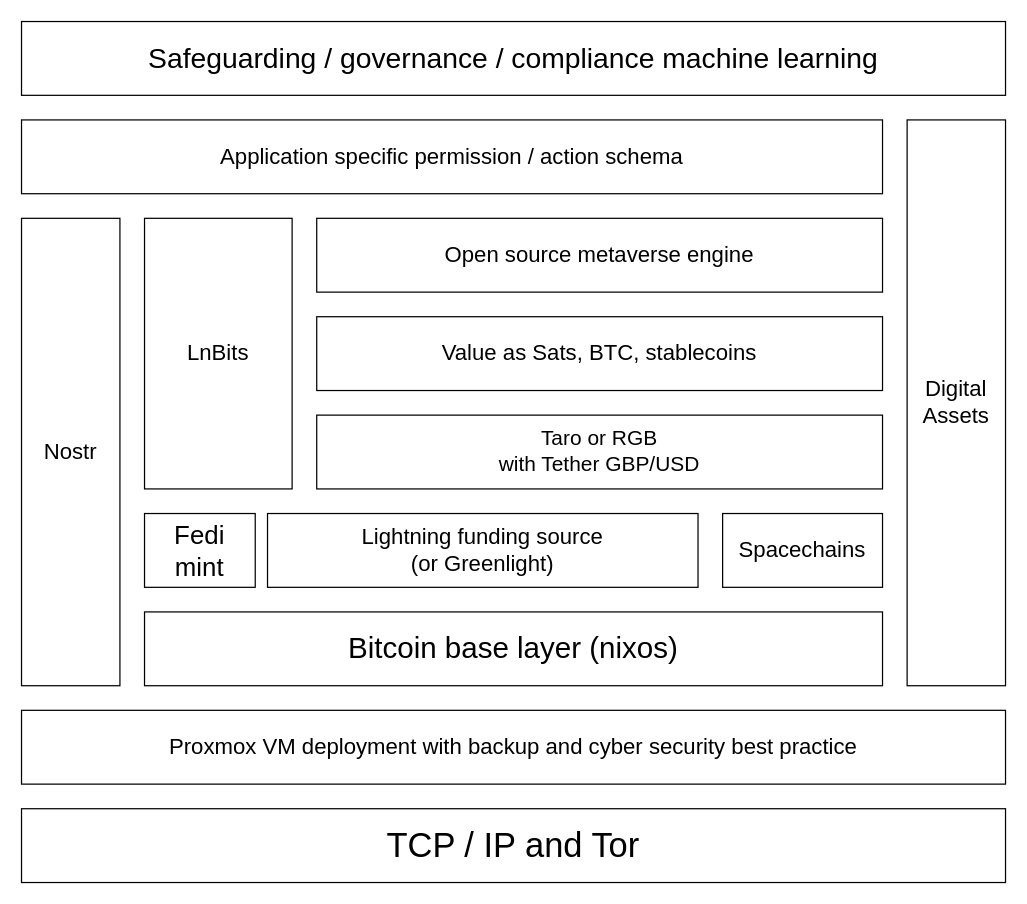
Above: Book/Images/HighLevelDiagram.drawio in jjohare/DigiSocConvergence (draw.io), before the change. Source tidied: cells renumbered, new cells numbered last; positions are measured from the earlier drawing's top-left corner, leaving out a move shared by most shapes. Both pictures are drawn from the tidied source at 123%, with x=0, y=0 at pixel (21, 21).
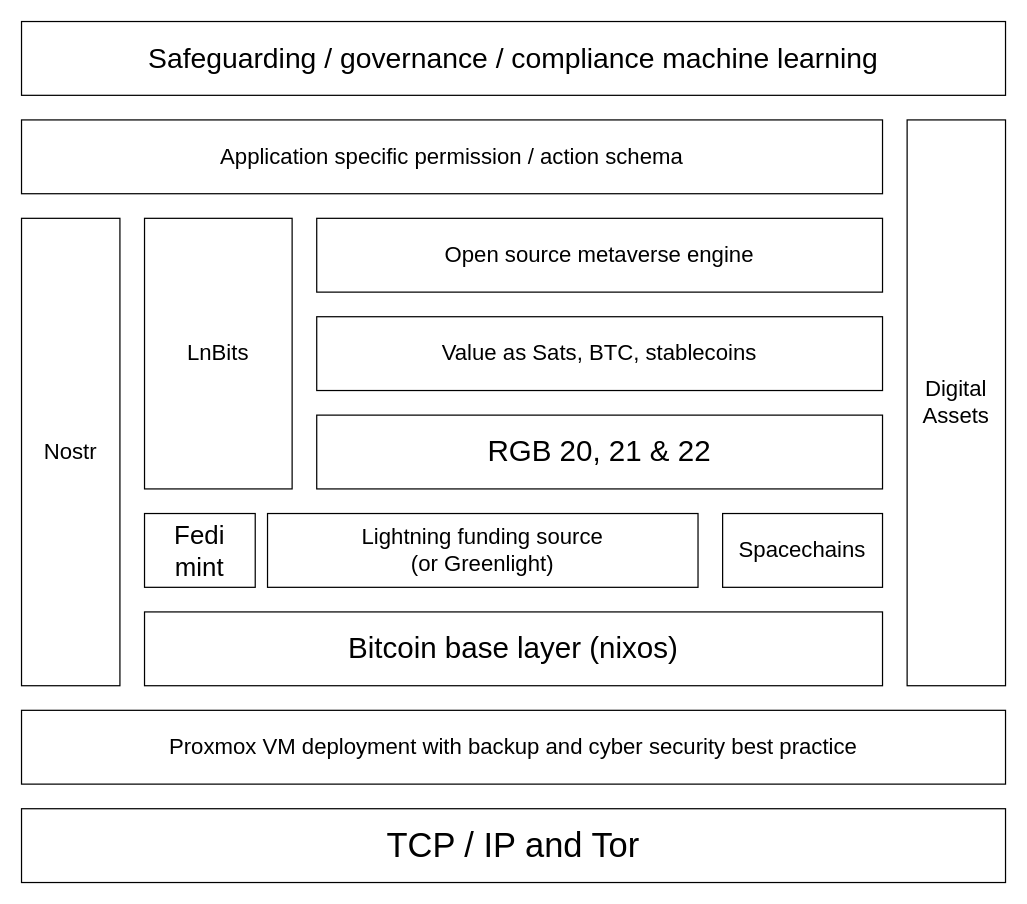
The same diagram, later.

What changed in the source:
```diff
@@
 <mxGraphModel>
   <root>
     <mxCell id="0" />
     <mxCell id="1" parent="0" />
     <mxCell id="2" value="&lt;font style=&quot;font-size: 18px&quot;&gt;Application specific permission / action schema&lt;br&gt;&lt;/font&gt;" style="rounded=0;whiteSpace=wrap;html=1;" parent="1" vertex="1">
       <mxGeometry y="80" width="700" height="60" as="geometry" />
     </mxCell>
     <mxCell id="3" value="Nostr" style="rounded=0;whiteSpace=wrap;html=1;fontSize=18;" parent="1" vertex="1">
       <mxGeometry y="160" width="80" height="380" as="geometry" />
     </mxCell>
     <mxCell id="4" value="LnBits" style="rounded=0;whiteSpace=wrap;html=1;fontSize=18;" parent="1" vertex="1">
       <mxGeometry x="100" y="160" width="120" height="220" as="geometry" />
     </mxCell>
     <mxCell id="5" value="&lt;font style=&quot;font-size: 18px&quot;&gt;Open source metaverse engine&lt;/font&gt;" style="rounded=0;whiteSpace=wrap;html=1;" parent="1" vertex="1">
       <mxGeometry x="240" y="160" width="460" height="60" as="geometry" />
     </mxCell>
     <mxCell id="6" value="&lt;font style=&quot;font-size: 18px&quot;&gt;Value as Sats, BTC, stablecoins&lt;br&gt;&lt;/font&gt;" style="rounded=0;whiteSpace=wrap;html=1;" parent="1" vertex="1">
       <mxGeometry x="240" y="240" width="460" height="60" as="geometry" />
     </mxCell>
-    <mxCell id="7" value="&lt;div style=&quot;font-size: 17px;&quot;&gt;&lt;font style=&quot;font-size: 17px;&quot;&gt;Taro or RGB&lt;/font&gt;&lt;/div&gt;&lt;div style=&quot;font-size: 17px;&quot;&gt;&lt;font style=&quot;font-size: 17px;&quot;&gt;with Tether GBP/USD&lt;br&gt;&lt;/font&gt;&lt;/div&gt;" style="rounded=0;whiteSpace=wrap;html=1;" parent="1" vertex="1">
+    <mxCell id="7" value="&lt;font style=&quot;font-size: 24px;&quot;&gt;RGB 20, 21 &amp;amp; 22&lt;/font&gt;" style="rounded=0;whiteSpace=wrap;html=1;" parent="1" vertex="1">
       <mxGeometry x="240" y="320" width="460" height="60" as="geometry" />
     </mxCell>
     <mxCell id="8" value="&lt;div&gt;&lt;font style=&quot;font-size: 18px&quot;&gt;Lightning funding source&lt;/font&gt;&lt;/div&gt;&lt;div&gt;&lt;font style=&quot;font-size: 18px&quot;&gt;(or Greenlight)&lt;br&gt; &lt;/font&gt;&lt;/div&gt;" style="rounded=0;whiteSpace=wrap;html=1;" parent="1" vertex="1">
       <mxGeometry x="200" y="400" width="350" height="60" as="geometry" />
     </mxCell>
     <mxCell id="9" value="&lt;font style=&quot;font-size: 24px&quot;&gt;Bitcoin base layer (nixos)&lt;br&gt;&lt;/font&gt;" style="rounded=0;whiteSpace=wrap;html=1;" parent="1" vertex="1">
       <mxGeometry x="100" y="480" width="600" height="60" as="geometry" />
     </mxCell>
     <mxCell id="10" value="&lt;font style=&quot;font-size: 18px&quot;&gt;Proxmox VM deployment with backup and cyber security best practice&lt;/font&gt;" style="rounded=0;whiteSpace=wrap;html=1;" parent="1" vertex="1">
       <mxGeometry y="560" width="800" height="60" as="geometry" />
     </mxCell>
     <mxCell id="11" value="&lt;div&gt;Digital&lt;br&gt;&lt;/div&gt;&lt;div&gt;Assets&lt;/div&gt;" style="rounded=0;whiteSpace=wrap;html=1;fontSize=18;" parent="1" vertex="1">
       <mxGeometry x="720" y="80" width="80" height="460" as="geometry" />
     </mxCell>
     <mxCell id="12" value="&lt;font style=&quot;font-size: 18px;&quot;&gt;Spacechains&lt;/font&gt;" style="rounded=0;whiteSpace=wrap;html=1;" parent="1" vertex="1">
       <mxGeometry x="570" y="400" width="130" height="60" as="geometry" />
     </mxCell>
     <mxCell id="13" value="&lt;font style=&quot;font-size: 23px;&quot;&gt;Safeguarding / governance / compliance machine learning&lt;/font&gt;" style="rounded=0;whiteSpace=wrap;html=1;" parent="1" vertex="1">
       <mxGeometry width="800" height="60" as="geometry" />
     </mxCell>
     <mxCell id="14" value="&lt;font style=&quot;font-size: 28px;&quot;&gt;TCP / IP and Tor&lt;br&gt;&lt;/font&gt;" style="rounded=0;whiteSpace=wrap;html=1;" parent="1" vertex="1">
       <mxGeometry y="640" width="800" height="60" as="geometry" />
     </mxCell>
     <mxCell id="15" value="&lt;div style=&quot;font-size: 21px;&quot;&gt;&lt;font style=&quot;font-size: 21px;&quot;&gt;Fedi&lt;/font&gt;&lt;/div&gt;&lt;div style=&quot;font-size: 21px;&quot;&gt;&lt;font style=&quot;font-size: 21px;&quot;&gt;mint&lt;/font&gt;&lt;/div&gt;" style="rounded=0;whiteSpace=wrap;html=1;" parent="1" vertex="1">
       <mxGeometry x="100" y="400" width="90" height="60" as="geometry" />
     </mxCell>
   </root>
 </mxGraphModel>
```
